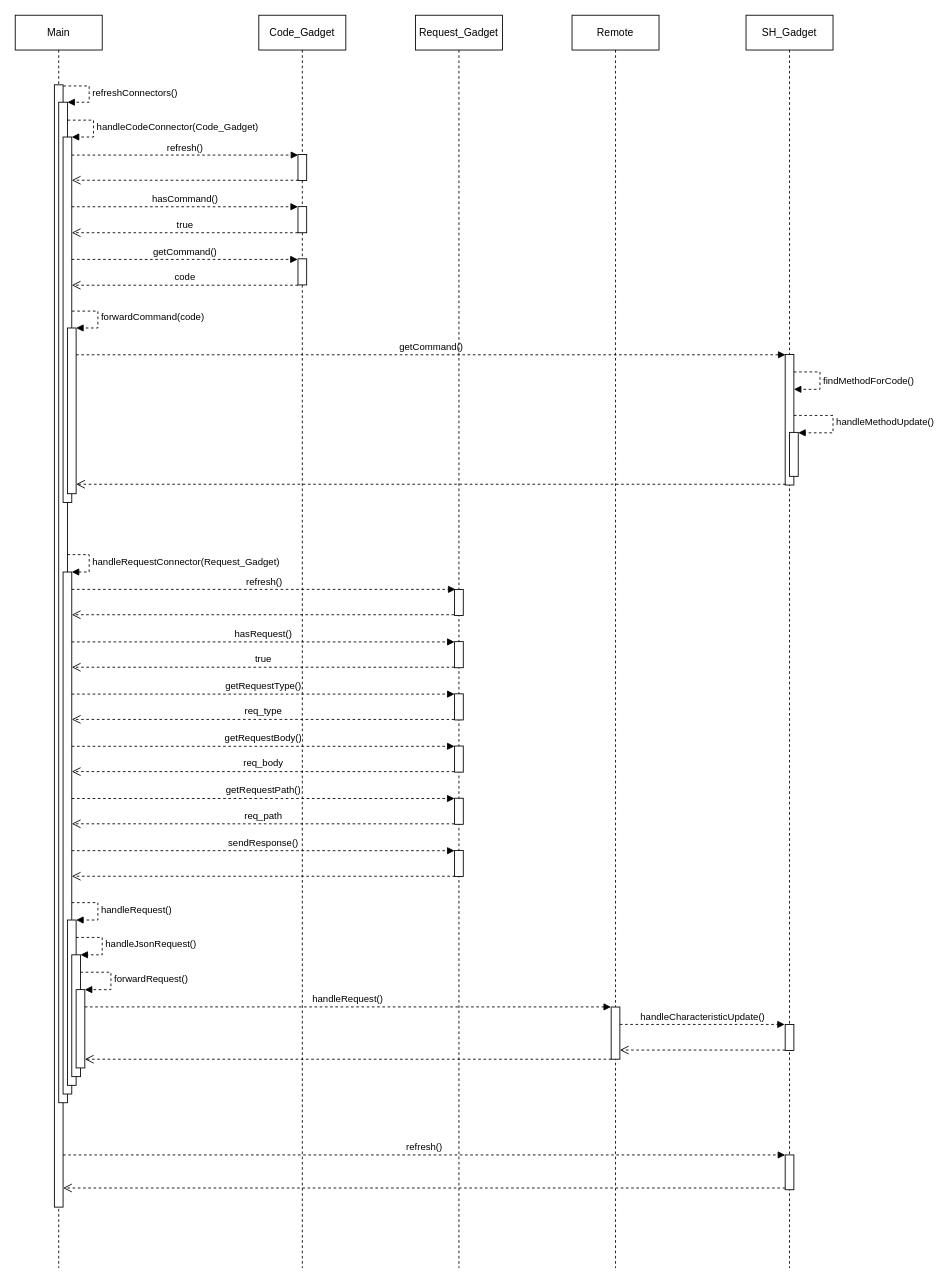
Before: page "Sequence Diagram" (2 of 4) of uml.drawio in johannesgrothe/Smarthome_ESP32, a draw.io diagram. Source tidied: cells renumbered, new cells numbered last; positions are measured from the earlier drawing's top-left corner, leaving out a move shared by most shapes. Both pictures are drawn from the tidied source at 87%, with x=0, y=0 at pixel (15, 15).
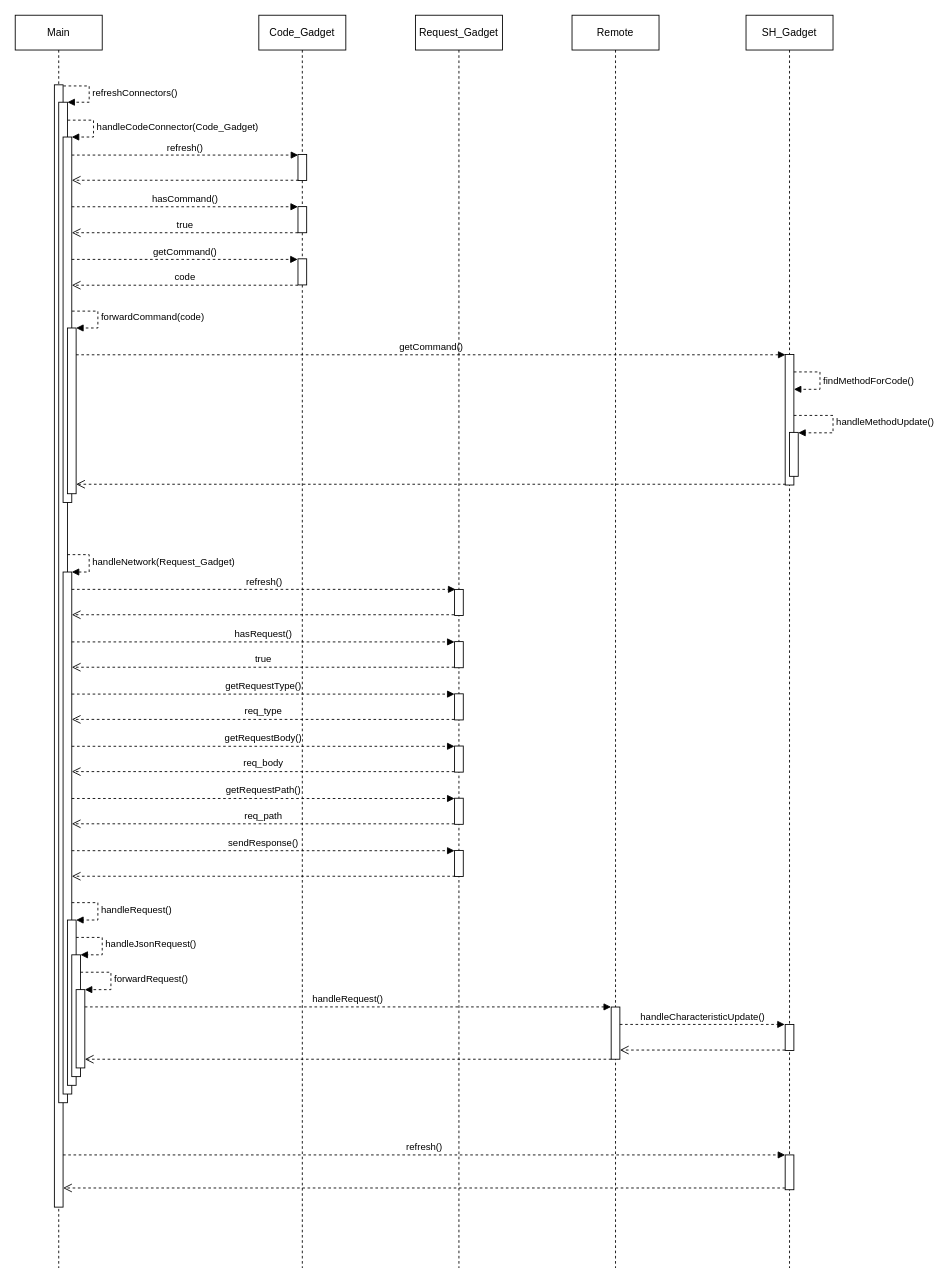
The same page after the edit.

Unchanged cells that the change refers to:
```xml
<mxCell id="27" style="html=1;points=[];perimeter=orthogonalPerimeter;" parent="1" vertex="1">
  <mxGeometry x="55" y="640" width="10" height="600" as="geometry" />
</mxCell>
```

Diff of the diagram source:
```diff
@@
-    <mxCell id="28" value="handleRequestConnector(Request_Gadget)" style="edgeStyle=orthogonalEdgeStyle;html=1;align=left;spacingLeft=2;endArrow=block;rounded=0;entryX=1;entryY=0;dashed=1;" parent="1" edge="1" target="27">
+    <mxCell id="28" value="handleNetwork(Request_Gadget)" style="edgeStyle=orthogonalEdgeStyle;html=1;align=left;spacingLeft=2;endArrow=block;rounded=0;entryX=1;entryY=0;dashed=1;" parent="1" edge="1" target="27">
       <mxGeometry relative="1" as="geometry">
         <mxPoint x="60" y="620" as="sourcePoint" />
         <Array as="points">
           <mxPoint x="85" y="620" />
           <mxPoint x="85" y="640" />
         </Array>
       </mxGeometry>
     </mxCell>
```
